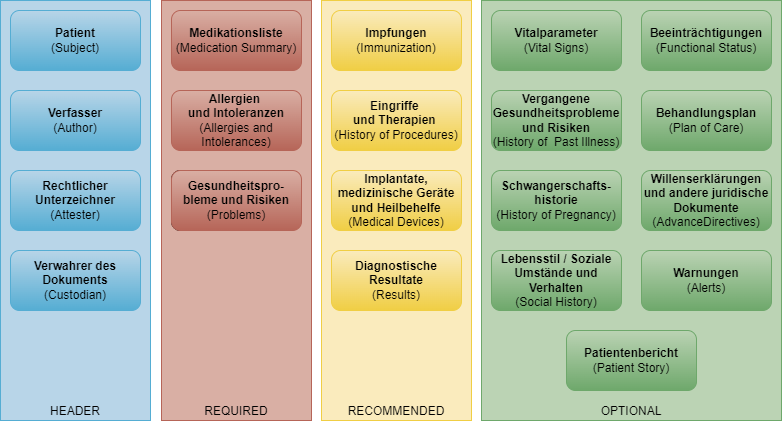
Earlier version of the draw.io export r4-ELGA-AustrianPatientSummary-main/APS_Sections.drawio.png (HL7Austria/hl7austria.github.io). Source tidied: cells renumbered, new cells last; positions are measured from the earlier drawing's top-left corner, leaving out a move shared by most shapes.
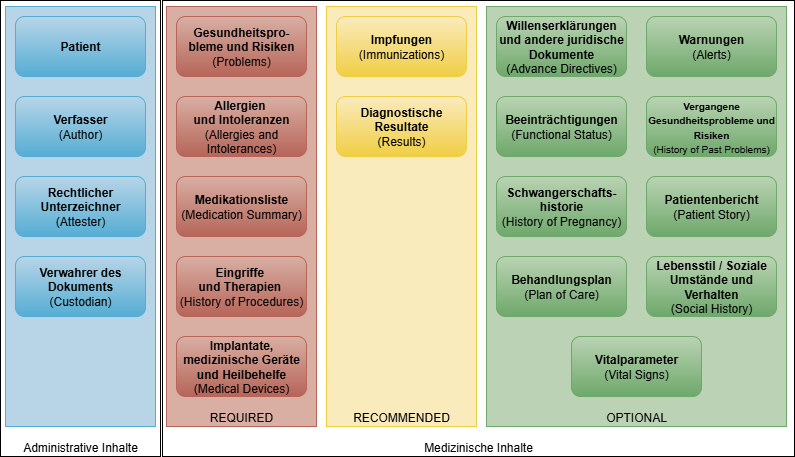
After the change.

Change to the diagram source:
```diff
@@ -2,7 +2,13 @@
   <root>
     <mxCell id="0" />
     <mxCell id="1" parent="0" />
+    <mxCell id="27" value="Administrative Inhalte" style="rounded=0;whiteSpace=wrap;html=1;verticalAlign=bottom;" parent="1" vertex="1">
+      <mxGeometry x="-5" y="-6" width="160" height="456" as="geometry" />
+    </mxCell>
+    <mxCell id="28" value="Medizinische Inhalte" style="rounded=0;whiteSpace=wrap;html=1;verticalAlign=bottom;" parent="1" vertex="1">
+      <mxGeometry x="157" y="-6" width="632" height="456" as="geometry" />
+    </mxCell>
-    <mxCell id="2" value="HEADER" style="rounded=0;whiteSpace=wrap;html=1;verticalAlign=bottom;strokeColor=#55add3;fillColor=#b8d5e8;" parent="1" vertex="1">
+    <mxCell id="2" style="rounded=0;whiteSpace=wrap;html=1;verticalAlign=bottom;strokeColor=#55add3;fillColor=#b8d5e8;" parent="1" vertex="1">
       <mxGeometry width="150" height="420" as="geometry" />
     </mxCell>
     <mxCell id="3" value="RECOMMENDED" style="rounded=0;whiteSpace=wrap;html=1;verticalAlign=bottom;strokeColor=#f0ce44;fillColor=#faebbd;" parent="1" vertex="1">
@@ -14,68 +20,65 @@
     <mxCell id="5" value="REQUIRED" style="rounded=0;whiteSpace=wrap;html=1;verticalAlign=bottom;strokeColor=#b66558;fillColor=#d9afa4;" parent="1" vertex="1">
       <mxGeometry x="161" width="150" height="420" as="geometry" />
     </mxCell>
-    <mxCell id="6" value="&lt;b&gt;Patient&lt;/b&gt;&lt;div&gt;(Subject)&lt;/div&gt;" style="rounded=1;whiteSpace=wrap;html=1;fillColor=#b8d5e8;gradientColor=#55add3;strokeColor=#55add3;align=center;verticalAlign=middle;fontFamily=Helvetica;fontSize=12;fontColor=default;" parent="1" vertex="1">
+    <mxCell id="6" value="&lt;b&gt;&lt;a href=&quot;StructureDefinition-at-aps-patient.html&quot;&gt;Patient&lt;/a&gt;&lt;/b&gt;" style="rounded=1;whiteSpace=wrap;html=1;fillColor=#b8d5e8;gradientColor=#55add3;strokeColor=#55add3;align=center;verticalAlign=middle;fontFamily=Helvetica;fontSize=12;fontColor=default;" parent="1" vertex="1">
       <mxGeometry x="10" y="10" width="130" height="60" as="geometry" />
     </mxCell>
-    <mxCell id="7" value="&lt;div&gt;&lt;b&gt;Rechtlicher Unterzeichner&lt;/b&gt;&lt;/div&gt;&lt;div&gt;(Attester)&lt;/div&gt;" style="rounded=1;whiteSpace=wrap;html=1;fillColor=#b8d5e8;gradientColor=#55add3;strokeColor=#55add3;align=center;verticalAlign=middle;fontFamily=Helvetica;fontSize=12;fontColor=default;" parent="1" vertex="1">
+    <mxCell id="7" value="&lt;div&gt;&lt;b&gt;&lt;a href=&quot;StructureDefinition-at-aps-composition-definitions.html#Composition.attester&quot;&gt;Rechtlicher Unterzeichner&lt;/a&gt;&lt;/b&gt;&lt;/div&gt;&lt;div&gt;(Attester)&lt;/div&gt;" style="rounded=1;whiteSpace=wrap;html=1;fillColor=#b8d5e8;gradientColor=#55add3;strokeColor=#55add3;align=center;verticalAlign=middle;fontFamily=Helvetica;fontSize=12;fontColor=default;" parent="1" vertex="1">
       <mxGeometry x="10" y="170" width="130" height="60" as="geometry" />
     </mxCell>
-    <mxCell id="8" value="&lt;b&gt;Verfasser&lt;/b&gt;&lt;div&gt;(Author)&lt;/div&gt;" style="rounded=1;whiteSpace=wrap;html=1;fillColor=#b8d5e8;gradientColor=#55add3;strokeColor=#55add3;align=center;verticalAlign=middle;fontFamily=Helvetica;fontSize=12;fontColor=default;" parent="1" vertex="1">
+    <mxCell id="8" value="&lt;b&gt;&lt;a href=&quot;StructureDefinition-at-aps-composition-definitions.html#Composition.author&quot;&gt;Verfasser&lt;/a&gt;&lt;/b&gt;&lt;div&gt;(Author)&lt;/div&gt;" style="rounded=1;whiteSpace=wrap;html=1;fillColor=#b8d5e8;gradientColor=#55add3;strokeColor=#55add3;align=center;verticalAlign=middle;fontFamily=Helvetica;fontSize=12;fontColor=default;" parent="1" vertex="1">
       <mxGeometry x="10" y="90" width="130" height="60" as="geometry" />
     </mxCell>
-    <mxCell id="9" value="&lt;div&gt;&lt;b&gt;Verwahrer des Dokuments&lt;/b&gt;&lt;/div&gt;(Custodian)" style="rounded=1;whiteSpace=wrap;html=1;fillColor=#b8d5e8;gradientColor=#55add3;strokeColor=#55add3;align=center;verticalAlign=middle;fontFamily=Helvetica;fontSize=12;fontColor=default;" parent="1" vertex="1">
+    <mxCell id="9" value="&lt;div&gt;&lt;b&gt;&lt;a href=&quot;StructureDefinition-at-aps-composition-definitions.html#Composition.custodian&quot;&gt;Verwahrer des Dokuments&lt;/a&gt;&lt;/b&gt;&lt;/div&gt;(Custodian)" style="rounded=1;whiteSpace=wrap;html=1;fillColor=#b8d5e8;gradientColor=#55add3;strokeColor=#55add3;align=center;verticalAlign=middle;fontFamily=Helvetica;fontSize=12;fontColor=default;" parent="1" vertex="1">
       <mxGeometry x="10" y="250" width="130" height="60" as="geometry" />
     </mxCell>
-    <mxCell id="10" value="&lt;b&gt;Medikationsliste&lt;/b&gt;&lt;div&gt;(Medication Summary)&lt;/div&gt;" style="rounded=1;whiteSpace=wrap;html=1;fillColor=#d9afa4;gradientColor=#b66558;strokeColor=#b66558;" parent="1" vertex="1">
-      <mxGeometry x="171" y="10" width="130" height="60" as="geometry" />
+    <mxCell id="10" value="&lt;b&gt;&lt;a href=&quot;StructureDefinition-at-aps-composition-definitions.html#Composition.section:sectionMedications&quot;&gt;Medikationsliste&lt;/a&gt;&lt;/b&gt;&lt;div&gt;(Medication Summary)&lt;/div&gt;" style="rounded=1;whiteSpace=wrap;html=1;fillColor=#d9afa4;gradientColor=#b66558;strokeColor=#b66558;" parent="1" vertex="1">
+      <mxGeometry x="171" y="170" width="130" height="60" as="geometry" />
     </mxCell>
-    <mxCell id="11" value="Attester" style="rounded=1;whiteSpace=wrap;html=1;" parent="1" vertex="1">
-      <mxGeometry x="171" y="170" width="120" height="60" as="geometry" />
-    </mxCell>
-    <mxCell id="12" value="&lt;b&gt;Allergien&amp;nbsp;&lt;/b&gt;&lt;div&gt;&lt;b&gt;und Intoleranzen&lt;/b&gt;&lt;div&gt;(Allergies and Intolerances)&lt;/div&gt;&lt;/div&gt;" style="rounded=1;whiteSpace=wrap;html=1;fillColor=#d9afa4;gradientColor=#b66558;strokeColor=#b66558;align=center;verticalAlign=middle;fontFamily=Helvetica;fontSize=12;fontColor=default;" parent="1" vertex="1">
+    <mxCell id="12" value="&lt;b&gt;&lt;a href=&quot;StructureDefinition-at-aps-composition-definitions.html#Composition.section:sectionAllergies&quot;&gt;Allergien&amp;nbsp;&lt;/a&gt;&lt;/b&gt;&lt;div&gt;&lt;b&gt;&lt;a href=&quot;StructureDefinition-at-aps-composition-definitions.html#Composition.section:sectionAllergies&quot;&gt;und Intoleranzen&lt;/a&gt;&lt;/b&gt;&lt;div&gt;(Allergies and Intolerances)&lt;/div&gt;&lt;/div&gt;" style="rounded=1;whiteSpace=wrap;html=1;fillColor=#d9afa4;gradientColor=#b66558;strokeColor=#b66558;align=center;verticalAlign=middle;fontFamily=Helvetica;fontSize=12;fontColor=default;" parent="1" vertex="1">
       <mxGeometry x="171" y="90" width="130" height="60" as="geometry" />
     </mxCell>
-    <mxCell id="13" value="&lt;b&gt;Impfungen &lt;/b&gt;(Immunization)" style="rounded=1;whiteSpace=wrap;html=1;fillColor=#faebbd;gradientColor=#f0ce44;strokeColor=#f0ce44;" parent="1" vertex="1">
+    <mxCell id="13" value="&lt;b&gt;&lt;a href=&quot;StructureDefinition-at-aps-composition-definitions.html#Composition.section:sectionImmunizations&quot;&gt;Impfungen&lt;/a&gt; &lt;/b&gt;(Immunizations)" style="rounded=1;whiteSpace=wrap;html=1;fillColor=#faebbd;gradientColor=#f0ce44;strokeColor=#f0ce44;" parent="1" vertex="1">
       <mxGeometry x="331" y="10" width="130" height="60" as="geometry" />
     </mxCell>
-    <mxCell id="14" value="&lt;b&gt;Implantate, medizinische Geräte und Heilbehelfe&lt;/b&gt;&lt;div&gt;(Medical Devices)&lt;/div&gt;" style="rounded=1;whiteSpace=wrap;html=1;fillColor=#faebbd;gradientColor=#f0ce44;strokeColor=#f0ce44;align=center;verticalAlign=middle;fontFamily=Helvetica;fontSize=12;fontColor=default;" parent="1" vertex="1">
-      <mxGeometry x="331" y="170" width="130" height="60" as="geometry" />
-    </mxCell>
-    <mxCell id="15" value="&lt;b&gt;Eingriffe&amp;nbsp;&lt;/b&gt;&lt;div&gt;&lt;b&gt;und Therapien&amp;nbsp;&lt;/b&gt;&lt;div&gt;(History of&amp;nbsp;Procedures)&lt;/div&gt;&lt;/div&gt;" style="rounded=1;whiteSpace=wrap;html=1;fillColor=#faebbd;gradientColor=#f0ce44;strokeColor=#f0ce44;align=center;verticalAlign=middle;fontFamily=Helvetica;fontSize=12;fontColor=default;" parent="1" vertex="1">
-      <mxGeometry x="331" y="90" width="130" height="60" as="geometry" />
-    </mxCell>
-    <mxCell id="16" value="&lt;b&gt;Diagnostische Resultate&lt;/b&gt;&lt;div&gt;(Results)&lt;/div&gt;" style="rounded=1;whiteSpace=wrap;html=1;fillColor=#faebbd;gradientColor=#f0ce44;strokeColor=#f0ce44;align=center;verticalAlign=middle;fontFamily=Helvetica;fontSize=12;fontColor=default;" parent="1" vertex="1">
-      <mxGeometry x="331" y="250" width="130" height="60" as="geometry" />
+    <mxCell id="16" value="&lt;b&gt;&lt;a href=&quot;StructureDefinition-at-aps-composition-definitions.html#Composition.section:sectionResults&quot;&gt;Diagnostische Resultate&lt;/a&gt;&lt;/b&gt;&lt;div&gt;(Results)&lt;/div&gt;" style="rounded=1;whiteSpace=wrap;html=1;fillColor=#faebbd;gradientColor=#f0ce44;strokeColor=#f0ce44;align=center;verticalAlign=middle;fontFamily=Helvetica;fontSize=12;fontColor=default;" parent="1" vertex="1">
+      <mxGeometry x="331" y="90" width="130" height="60" as="geometry" />
     </mxCell>
-    <mxCell id="17" value="&lt;b&gt;Vitalparameter&lt;/b&gt;&lt;div&gt;(Vital Signs)&lt;/div&gt;" style="rounded=1;whiteSpace=wrap;html=1;fillColor=#bbd3b4;strokeColor=#6ea86b;gradientColor=#6ea86b;" parent="1" vertex="1">
-      <mxGeometry x="491" y="10" width="130" height="60" as="geometry" />
+    <mxCell id="17" value="&lt;b&gt;&lt;a href=&quot;StructureDefinition-at-aps-composition-definitions.html#Composition.section:sectionVitalSigns&quot;&gt;Vitalparameter&lt;/a&gt;&lt;/b&gt;&lt;div&gt;(Vital Signs)&lt;/div&gt;" style="rounded=1;whiteSpace=wrap;html=1;fillColor=#bbd3b4;strokeColor=#6ea86b;gradientColor=#6ea86b;" parent="1" vertex="1">
+      <mxGeometry x="566" y="330" width="130" height="60" as="geometry" />
     </mxCell>
-    <mxCell id="18" value="&lt;b&gt;Schwangerschafts-historie&lt;/b&gt;&lt;div&gt;(History of Pregnancy)&lt;/div&gt;" style="rounded=1;whiteSpace=wrap;html=1;fillColor=#bbd3b4;strokeColor=#6ea86b;gradientColor=#6ea86b;align=center;verticalAlign=middle;fontFamily=Helvetica;fontSize=12;fontColor=default;" parent="1" vertex="1">
+    <mxCell id="18" value="&lt;b&gt;&lt;a href=&quot;StructureDefinition-at-aps-composition-definitions.html#Composition.section:sectionPregnancyHx&quot;&gt;Schwangerschafts-historie&lt;/a&gt;&lt;/b&gt;&lt;div&gt;(History of Pregnancy)&lt;/div&gt;" style="rounded=1;whiteSpace=wrap;html=1;fillColor=#bbd3b4;strokeColor=#6ea86b;gradientColor=#6ea86b;align=center;verticalAlign=middle;fontFamily=Helvetica;fontSize=12;fontColor=default;" parent="1" vertex="1">
       <mxGeometry x="491" y="170" width="130" height="60" as="geometry" />
     </mxCell>
-    <mxCell id="19" value="&lt;b&gt;Vergangene Gesundheitsprobleme und Risiken&lt;/b&gt;&lt;div&gt;(History of&amp;nbsp; Past Illness)&lt;/div&gt;" style="rounded=1;whiteSpace=wrap;html=1;fillColor=#bbd3b4;strokeColor=#6ea86b;gradientColor=#6ea86b;align=center;verticalAlign=middle;fontFamily=Helvetica;fontSize=12;fontColor=default;" parent="1" vertex="1">
-      <mxGeometry x="491" y="90" width="130" height="60" as="geometry" />
+    <mxCell id="19" value="&lt;b&gt;&lt;a href=&quot;StructureDefinition-at-aps-composition-definitions.html#Composition.section:sectionPastIllnessHx&quot;&gt;&lt;font style=&quot;font-size: 10px;&quot;&gt;Vergangene Gesundheitsprobleme und Risiken&lt;/font&gt;&lt;/a&gt;&lt;/b&gt;&lt;div&gt;&lt;font style=&quot;font-size: 10px;&quot;&gt;(History of Past Problems)&lt;/font&gt;&lt;/div&gt;" style="rounded=1;whiteSpace=wrap;html=1;fillColor=#bbd3b4;strokeColor=#6ea86b;gradientColor=#6ea86b;align=center;verticalAlign=middle;fontFamily=Helvetica;fontSize=12;fontColor=default;" parent="1" vertex="1">
+      <mxGeometry x="641" y="90" width="130" height="60" as="geometry" />
     </mxCell>
-    <mxCell id="20" value="&lt;b&gt;Lebensstil / Soziale Umstände und Verhalten&lt;/b&gt;&lt;div&gt;(Social History)&lt;/div&gt;" style="rounded=1;whiteSpace=wrap;html=1;fillColor=#bbd3b4;strokeColor=#6ea86b;gradientColor=#6ea86b;align=center;verticalAlign=middle;fontFamily=Helvetica;fontSize=12;fontColor=default;" parent="1" vertex="1">
-      <mxGeometry x="491" y="250" width="130" height="60" as="geometry" />
+    <mxCell id="20" value="&lt;b&gt;&lt;a href=&quot;StructureDefinition-at-aps-composition-definitions.html#Composition.section:sectionSocialHistory&quot;&gt;Lebensstil / Soziale Umstände und Verhalten&lt;/a&gt;&lt;/b&gt;&lt;div&gt;(Social History)&lt;/div&gt;" style="rounded=1;whiteSpace=wrap;html=1;fillColor=#bbd3b4;strokeColor=#6ea86b;gradientColor=#6ea86b;align=center;verticalAlign=middle;fontFamily=Helvetica;fontSize=12;fontColor=default;" parent="1" vertex="1">
+      <mxGeometry x="641" y="250" width="130" height="60" as="geometry" />
     </mxCell>
-    <mxCell id="21" value="&lt;b&gt;Beeinträchtigungen&lt;/b&gt;&lt;div&gt;(Functional Status)&lt;/div&gt;" style="rounded=1;whiteSpace=wrap;html=1;fillColor=#bbd3b4;strokeColor=#6ea86b;align=center;verticalAlign=middle;fontFamily=Helvetica;fontSize=12;fontColor=default;gradientColor=#6ea86b;" parent="1" vertex="1">
-      <mxGeometry x="641" y="10" width="130" height="60" as="geometry" />
+    <mxCell id="21" value="&lt;b&gt;&lt;a href=&quot;StructureDefinition-at-aps-composition-definitions.html#Composition.section:sectionFunctionalStatus&quot;&gt;Beeinträchtigungen&lt;/a&gt;&lt;/b&gt;&lt;div&gt;(Functional Status)&lt;/div&gt;" style="rounded=1;whiteSpace=wrap;html=1;fillColor=#bbd3b4;strokeColor=#6ea86b;align=center;verticalAlign=middle;fontFamily=Helvetica;fontSize=12;fontColor=default;gradientColor=#6ea86b;" parent="1" vertex="1">
+      <mxGeometry x="491" y="90" width="130" height="60" as="geometry" />
     </mxCell>
-    <mxCell id="22" value="&lt;b&gt;Willenserklärungen und andere juridische Dokumente&lt;/b&gt; (AdvanceDirectives)" style="rounded=1;whiteSpace=wrap;html=1;fillColor=#bbd3b4;strokeColor=#6ea86b;gradientColor=#6ea86b;align=center;verticalAlign=middle;fontFamily=Helvetica;fontSize=12;fontColor=default;" parent="1" vertex="1">
-      <mxGeometry x="641" y="170" width="130" height="60" as="geometry" />
+    <mxCell id="22" value="&lt;b&gt;&lt;a href=&quot;StructureDefinition-at-aps-composition-definitions.html#Composition.section:sectionAdvanceDirectives&quot;&gt;Willenserklärungen und andere juridische Dokumente&lt;/a&gt;&lt;/b&gt;&lt;div&gt;&lt;span style=&quot;background-color: initial;&quot;&gt;(Advance Directives)&lt;/span&gt;&lt;/div&gt;" style="rounded=1;whiteSpace=wrap;html=1;fillColor=#bbd3b4;strokeColor=#6ea86b;gradientColor=#6ea86b;align=center;verticalAlign=middle;fontFamily=Helvetica;fontSize=12;fontColor=default;" parent="1" vertex="1">
+      <mxGeometry x="491" y="10" width="130" height="60" as="geometry" />
     </mxCell>
-    <mxCell id="23" value="&lt;b&gt;Behandlungsplan&lt;/b&gt;&lt;div&gt;(Plan of Care)&lt;/div&gt;" style="rounded=1;whiteSpace=wrap;html=1;fillColor=#bbd3b4;strokeColor=#6ea86b;gradientColor=#6ea86b;align=center;verticalAlign=middle;fontFamily=Helvetica;fontSize=12;fontColor=default;" parent="1" vertex="1">
-      <mxGeometry x="641" y="90" width="130" height="60" as="geometry" />
+    <mxCell id="23" value="&lt;b&gt;&lt;a href=&quot;StructureDefinition-at-aps-composition-definitions.html#Composition.section:sectionPlanOfCare&quot;&gt;Behandlungsplan&lt;/a&gt;&lt;/b&gt;&lt;div&gt;(Plan of Care)&lt;/div&gt;" style="rounded=1;whiteSpace=wrap;html=1;fillColor=#bbd3b4;strokeColor=#6ea86b;gradientColor=#6ea86b;align=center;verticalAlign=middle;fontFamily=Helvetica;fontSize=12;fontColor=default;" parent="1" vertex="1">
+      <mxGeometry x="491" y="250" width="130" height="60" as="geometry" />
     </mxCell>
-    <mxCell id="24" value="&lt;b&gt;Gesundheitspro-bleme&amp;nbsp;&lt;/b&gt;&lt;b style=&quot;background-color: initial;&quot;&gt;und Risiken&lt;/b&gt;&lt;span style=&quot;background-color: initial;&quot;&gt; (Problems)&lt;/span&gt;" style="rounded=1;whiteSpace=wrap;html=1;fillColor=#d9afa4;gradientColor=#b66558;strokeColor=#b66558;align=center;verticalAlign=middle;fontFamily=Helvetica;fontSize=12;fontColor=default;" parent="1" vertex="1">
-      <mxGeometry x="171" y="170" width="130" height="60" as="geometry" />
+    <mxCell id="24" value="&lt;a href=&quot;StructureDefinition-at-aps-composition-definitions.html#Composition.section:sectionProblems&quot;&gt;&lt;b&gt;Gesundheitspro-bleme&amp;nbsp;&lt;/b&gt;&lt;b style=&quot;background-color: initial;&quot;&gt;und Risiken&lt;/b&gt;&lt;/a&gt;&lt;span style=&quot;background-color: initial;&quot;&gt; (Problems)&lt;/span&gt;" style="rounded=1;whiteSpace=wrap;html=1;fillColor=#d9afa4;gradientColor=#b66558;strokeColor=#b66558;align=center;verticalAlign=middle;fontFamily=Helvetica;fontSize=12;fontColor=default;" parent="1" vertex="1">
+      <mxGeometry x="171" y="10" width="130" height="60" as="geometry" />
     </mxCell>
-    <mxCell id="25" value="&lt;b&gt;Warnungen&lt;/b&gt;&lt;div&gt; (Alerts)&lt;/div&gt;" style="rounded=1;whiteSpace=wrap;html=1;fillColor=#bbd3b4;strokeColor=#6ea86b;gradientColor=#6ea86b;align=center;verticalAlign=middle;fontFamily=Helvetica;fontSize=12;fontColor=default;" parent="1" vertex="1">
-      <mxGeometry x="641" y="250" width="130" height="60" as="geometry" />
+    <mxCell id="25" value="&lt;b&gt;&lt;a href=&quot;StructureDefinition-at-aps-composition-definitions.html#Composition.section:sectionAlerts&quot;&gt;Warnungen&lt;/a&gt;&lt;/b&gt;&lt;div&gt; (Alerts)&lt;/div&gt;" style="rounded=1;whiteSpace=wrap;html=1;fillColor=#bbd3b4;strokeColor=#6ea86b;gradientColor=#6ea86b;align=center;verticalAlign=middle;fontFamily=Helvetica;fontSize=12;fontColor=default;" parent="1" vertex="1">
+      <mxGeometry x="641" y="10" width="130" height="60" as="geometry" />
     </mxCell>
-    <mxCell id="26" value="&lt;b&gt;Patientenbericht&lt;/b&gt;&lt;div&gt;(Patient Story)&lt;/div&gt;" style="rounded=1;whiteSpace=wrap;html=1;fillColor=#bbd3b4;strokeColor=#6ea86b;gradientColor=#6ea86b;align=center;verticalAlign=middle;fontFamily=Helvetica;fontSize=12;fontColor=default;" parent="1" vertex="1">
-      <mxGeometry x="566" y="330" width="130" height="60" as="geometry" />
+    <mxCell id="26" value="&lt;b&gt;&lt;a href=&quot;StructureDefinition-at-aps-composition-definitions.html#Composition.section:sectionPatientStory&quot;&gt;Patientenbericht&lt;/a&gt;&lt;/b&gt;&lt;div&gt;(Patient Story)&lt;/div&gt;" style="rounded=1;whiteSpace=wrap;html=1;fillColor=#bbd3b4;strokeColor=#6ea86b;gradientColor=#6ea86b;align=center;verticalAlign=middle;fontFamily=Helvetica;fontSize=12;fontColor=default;" parent="1" vertex="1">
+      <mxGeometry x="641" y="170" width="130" height="60" as="geometry" />
     </mxCell>
+    <mxCell id="15" value="&lt;b&gt;&lt;a href=&quot;StructureDefinition-at-aps-composition-definitions.html#Composition.section:sectionProceduresHx&quot;&gt;Eingriffe&amp;nbsp;&lt;/a&gt;&lt;/b&gt;&lt;div&gt;&lt;b&gt;&lt;a href=&quot;StructureDefinition-at-aps-composition-definitions.html#Composition.section:sectionProceduresHx&quot;&gt;und Therapien&lt;/a&gt;&amp;nbsp;&lt;/b&gt;&lt;div&gt;(History of&amp;nbsp;Procedures)&lt;/div&gt;&lt;/div&gt;" style="rounded=1;whiteSpace=wrap;html=1;fillColor=#d9afa4;gradientColor=#b66558;strokeColor=#b66558;align=center;verticalAlign=middle;fontFamily=Helvetica;fontSize=12;fontColor=default;" parent="1" vertex="1">
+      <mxGeometry x="171" y="250" width="130" height="60" as="geometry" />
+    </mxCell>
+    <mxCell id="14" value="&lt;b&gt;&lt;a href=&quot;StructureDefinition-at-aps-composition-definitions.html#Composition.section:sectionMedicalDevices&quot;&gt;Implantate, medizinische Geräte und Heilbehelfe&lt;/a&gt;&lt;/b&gt;&lt;div&gt;(Medical Devices)&lt;/div&gt;" style="rounded=1;whiteSpace=wrap;html=1;fillColor=#d9afa4;gradientColor=#b66558;strokeColor=#b66558;align=center;verticalAlign=middle;fontFamily=Helvetica;fontSize=12;fontColor=default;" parent="1" vertex="1">
+      <mxGeometry x="171" y="330" width="130" height="60" as="geometry" />
+    </mxCell>
   </root>
 </mxGraphModel>
```
